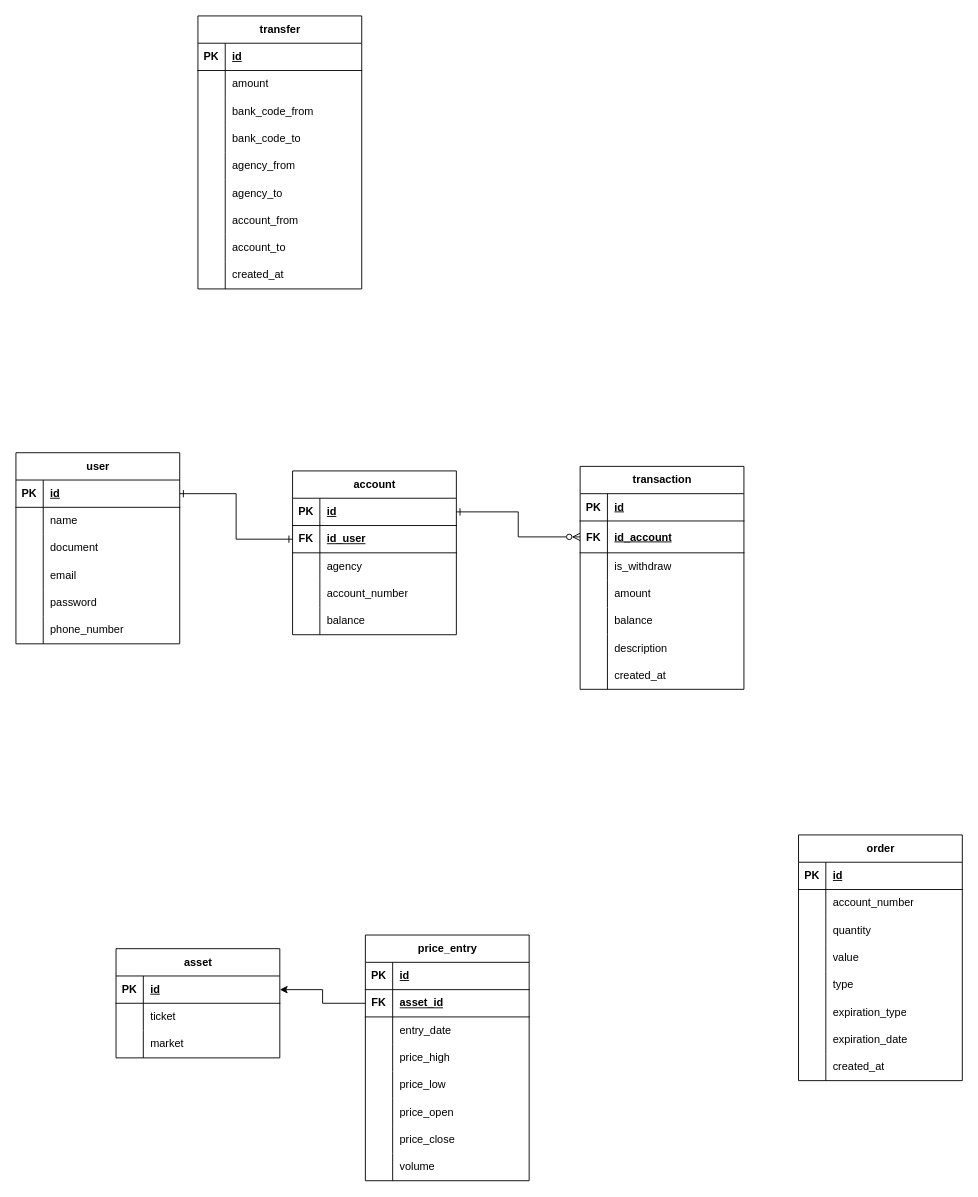
Above: page "ER" (2 of 3) of docs/diagrams/trading-platform.drawio in high-effort-low-stress/trade-platform (draw.io), before the change. Source tidied: cells renumbered, new cells numbered last; positions are measured from the earlier drawing's top-left corner, leaving out a move shared by most shapes. Both pictures are drawn from the tidied source at 91%, with x=0, y=0 at pixel (15, 15).
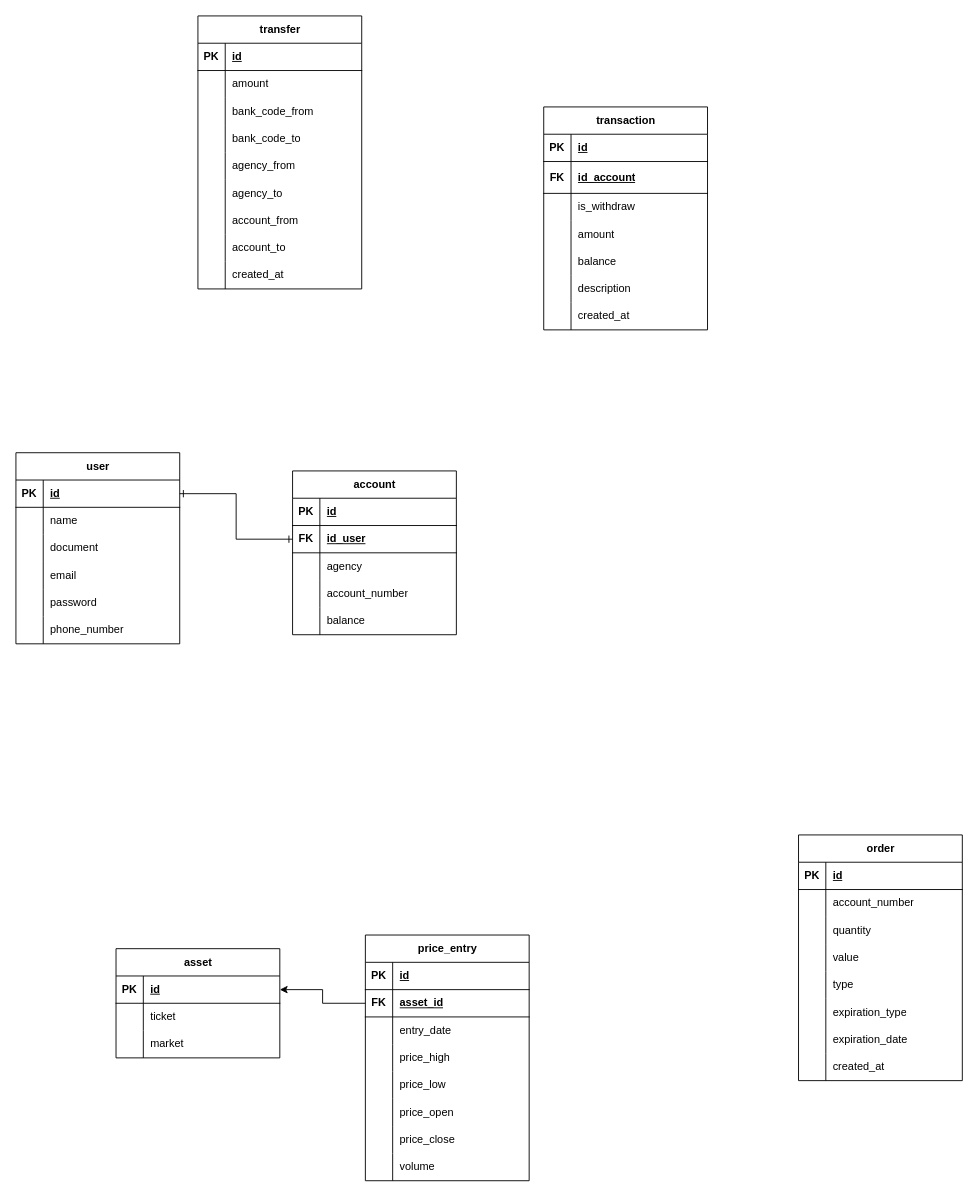
The same page after the edit.

Unchanged cells that the change refers to:
```xml
<mxCell id="22" style="shape=tableRow;horizontal=0;startSize=0;swimlaneHead=0;swimlaneBody=0;fillColor=none;points=[[0,0.5],[1,0.5]];portConstraint=eastwest;top=0;left=0;right=0;bottom=1;" parent="21" vertex="1">
  <mxGeometry y="30" width="180" height="30" as="geometry" />
</mxCell>
<mxCell id="42" style="shape=tableRow;horizontal=0;startSize=0;swimlaneHead=0;swimlaneBody=0;fillColor=none;points=[[0,0.5],[1,0.5]];portConstraint=eastwest;top=0;left=0;right=0;bottom=1;" parent="38" vertex="1">
  <mxGeometry y="60" width="180" height="35" as="geometry" />
</mxCell>
```

Change to the diagram source:
```diff
@@
     <mxCell id="38" value="transaction" style="shape=table;startSize=30;childLayout=tableLayout;rowLines=0;fontStyle=1;align=center;html=1;" parent="1" vertex="1">
-      <mxGeometry x="620" y="495" width="180" height="245" as="geometry" />
+      <mxGeometry x="580" y="100" width="180" height="245" as="geometry" />
     </mxCell>
@@
-    <mxCell id="88" style="edgeStyle=orthogonalEdgeStyle;rounded=0;jettySize=auto;html=1;entryX=1;entryY=0.5;entryDx=0;entryDy=0;endArrow=ERone;endFill=0;startArrow=ERzeroToMany;startFill=0;" parent="1" edge="1" source="42" target="22">
-      <mxGeometry relative="1" as="geometry" />
-    </mxCell>
```
